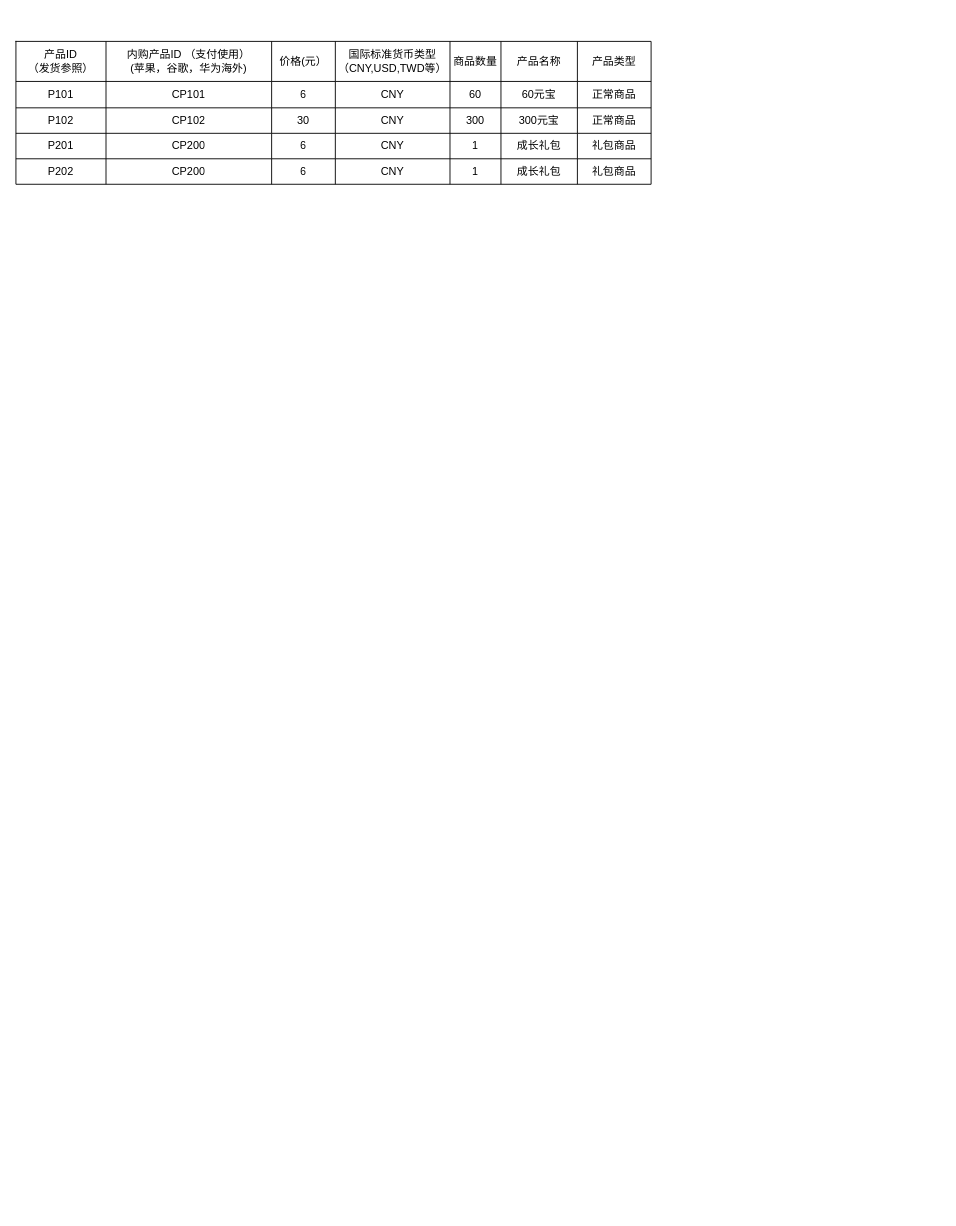
Earlier version of the draw.io diagram irder.drawio (pangqiren/diagram). Source tidied: cells renumbered, new cells numbered last; positions are measured from the earlier drawing's top-left corner, leaving out a move shared by most shapes. Both pictures are drawn from the tidied source at 91%, with x=0, y=0 at pixel (15, 41).
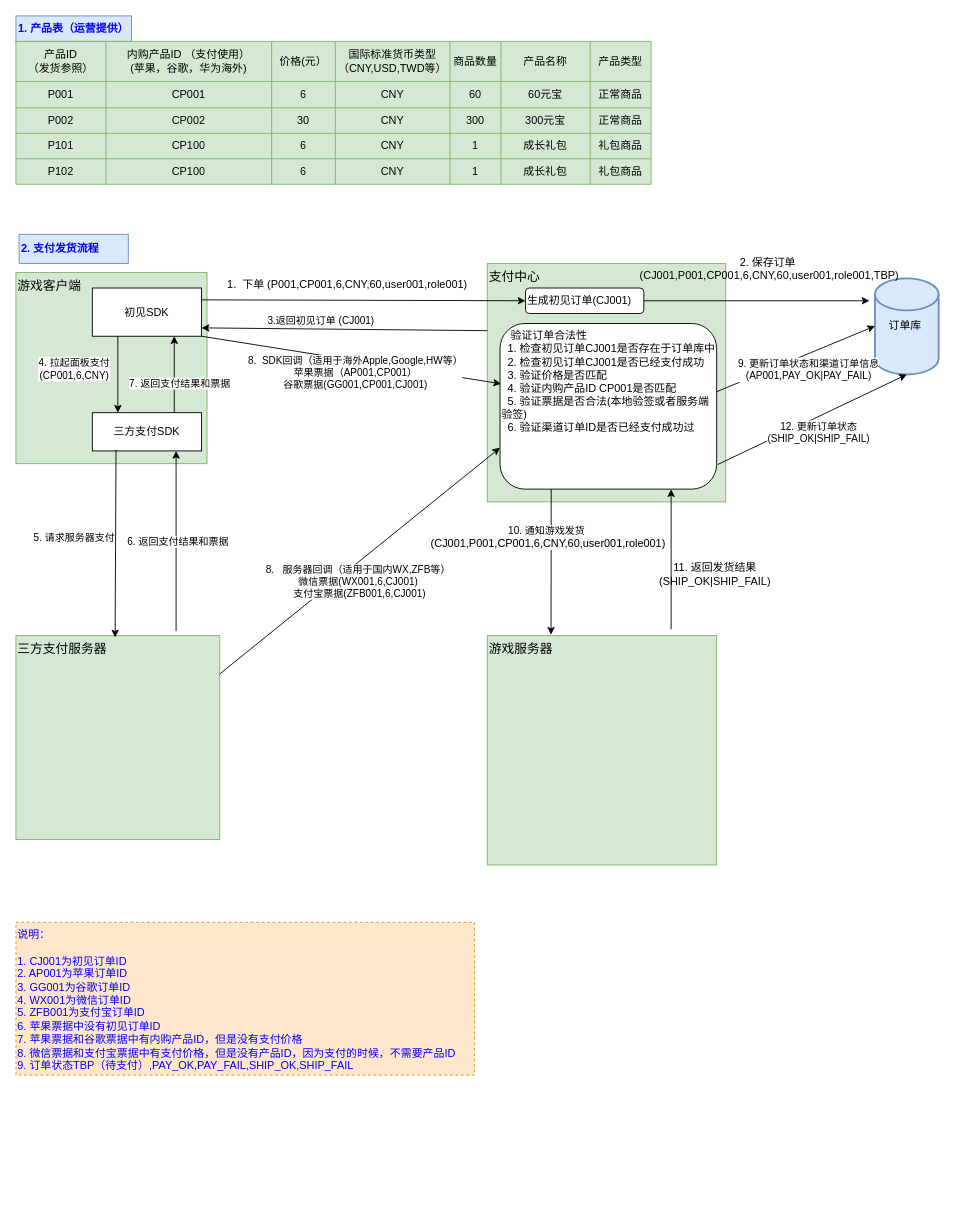
Above is the later version.

The change refers to these unchanged cells:
```xml
<mxCell id="3" style="shape=partialRectangle;html=1;whiteSpace=wrap;fillColor=none;top=0;left=0;bottom=0;right=0;" parent="2" vertex="1">
  <mxGeometry width="698" height="44" as="geometry" />
</mxCell>
<mxCell id="11" style="shape=partialRectangle;html=1;whiteSpace=wrap;fillColor=none;top=0;left=0;bottom=0;right=0;" parent="2" vertex="1">
  <mxGeometry y="44" width="698" height="29" as="geometry" />
</mxCell>
<mxCell id="19" style="shape=partialRectangle;html=1;whiteSpace=wrap;fillColor=none;top=0;left=0;bottom=0;right=0;" parent="2" vertex="1">
  <mxGeometry y="73" width="698" height="28" as="geometry" />
</mxCell>
<mxCell id="27" style="shape=partialRectangle;html=1;whiteSpace=wrap;fillColor=none;top=0;left=0;bottom=0;right=0;" parent="2" vertex="1">
  <mxGeometry y="101" width="698" height="28" as="geometry" />
</mxCell>
<mxCell id="35" style="shape=partialRectangle;html=1;whiteSpace=wrap;fillColor=none;top=0;left=0;bottom=0;right=0;" parent="2" vertex="1">
  <mxGeometry y="129" width="698" height="28" as="geometry" />
</mxCell>
```

Diff of the diagram source:
```diff
@@
+    <mxCell id="43" value="&lt;b&gt;&lt;font color=&quot;#0000ff&quot;&gt;1. 产品表（运营提供）&lt;/font&gt;&lt;/b&gt;" style="rounded=0;whiteSpace=wrap;html=1;fillColor=#dae8fc;strokeColor=#6c8ebf;" parent="1" vertex="1">
+      <mxGeometry y="-28" width="127" height="28" as="geometry" />
+    </mxCell>
+    <mxCell id="44" value="&lt;font style=&quot;font-size: 14px&quot;&gt;游戏客户端&lt;/font&gt;" style="whiteSpace=wrap;html=1;align=left;labelPosition=center;verticalLabelPosition=middle;verticalAlign=top;fillColor=#d5e8d4;strokeColor=#82b366;" parent="1" vertex="1">
+      <mxGeometry y="254" width="210" height="210" as="geometry" />
+    </mxCell>
+    <mxCell id="45" value="初见SDK" style="rounded=0;whiteSpace=wrap;html=1;align=center;" parent="1" vertex="1">
+      <mxGeometry x="84" y="271" width="120" height="53" as="geometry" />
+    </mxCell>
+    <mxCell id="46" value="三方支付SDK" style="rounded=0;whiteSpace=wrap;html=1;align=center;" parent="1" vertex="1">
+      <mxGeometry x="84" y="408" width="120" height="42" as="geometry" />
+    </mxCell>
+    <mxCell id="47" value="&lt;font style=&quot;font-size: 14px&quot;&gt;支付中心&lt;/font&gt;" style="whiteSpace=wrap;html=1;align=left;verticalAlign=top;fillColor=#d5e8d4;strokeColor=#82b366;" parent="1" vertex="1">
+      <mxGeometry x="518" y="244" width="262" height="262" as="geometry" />
+    </mxCell>
-    <mxCell id="2" style="shape=table;html=1;whiteSpace=wrap;startSize=0;childLayout=tableLayout;" parent="1" vertex="1">
+    <mxCell id="2" style="shape=table;html=1;whiteSpace=wrap;startSize=0;childLayout=tableLayout;fillColor=#d5e8d4;strokeColor=#82b366;" parent="1" vertex="1">
       <mxGeometry width="698" height="157" as="geometry" />
     </mxCell>
@@
     <mxCell id="9" value="产品名称" style="shape=partialRectangle;html=1;whiteSpace=wrap;overflow=hidden;fillColor=none;top=0;left=0;bottom=0;right=0;" parent="3" vertex="1">
-      <mxGeometry x="533" width="84" height="44" as="geometry" />
+      <mxGeometry x="533" width="98" height="44" as="geometry" />
     </mxCell>
     <mxCell id="10" value="产品类型" style="shape=partialRectangle;html=1;whiteSpace=wrap;overflow=hidden;fillColor=none;top=0;left=0;bottom=0;right=0;" parent="3" vertex="1">
-      <mxGeometry x="617" width="81" height="44" as="geometry" />
+      <mxGeometry x="631" width="67" height="44" as="geometry" />
     </mxCell>
@@
-    <mxCell id="12" value="P101" style="shape=partialRectangle;html=1;whiteSpace=wrap;overflow=hidden;fillColor=none;top=0;left=0;bottom=0;right=0;" parent="11" vertex="1">
+    <mxCell id="12" value="P001" style="shape=partialRectangle;html=1;whiteSpace=wrap;overflow=hidden;fillColor=none;top=0;left=0;bottom=0;right=0;" parent="11" vertex="1">
       <mxGeometry width="99" height="29" as="geometry" />
     </mxCell>
-    <mxCell id="13" value="CP101" style="shape=partialRectangle;html=1;whiteSpace=wrap;overflow=hidden;fillColor=none;top=0;left=0;bottom=0;right=0;" parent="11" vertex="1">
+    <mxCell id="13" value="CP001" style="shape=partialRectangle;html=1;whiteSpace=wrap;overflow=hidden;fillColor=none;top=0;left=0;bottom=0;right=0;" parent="11" vertex="1">
       <mxGeometry x="99" width="182" height="29" as="geometry" />
     </mxCell>
@@
     <mxCell id="17" value="60元宝" style="shape=partialRectangle;html=1;whiteSpace=wrap;overflow=hidden;fillColor=none;top=0;left=0;bottom=0;right=0;" parent="11" vertex="1">
-      <mxGeometry x="533" width="84" height="29" as="geometry" />
+      <mxGeometry x="533" width="98" height="29" as="geometry" />
     </mxCell>
     <mxCell id="18" value="正常商品" style="shape=partialRectangle;html=1;whiteSpace=wrap;overflow=hidden;fillColor=none;top=0;left=0;bottom=0;right=0;" parent="11" vertex="1">
-      <mxGeometry x="617" width="81" height="29" as="geometry" />
+      <mxGeometry x="631" width="67" height="29" as="geometry" />
     </mxCell>
@@
-    <mxCell id="20" value="P102" style="shape=partialRectangle;html=1;whiteSpace=wrap;overflow=hidden;fillColor=none;top=0;left=0;bottom=0;right=0;" parent="19" vertex="1">
+    <mxCell id="20" value="P002" style="shape=partialRectangle;html=1;whiteSpace=wrap;overflow=hidden;fillColor=none;top=0;left=0;bottom=0;right=0;" parent="19" vertex="1">
       <mxGeometry width="99" height="28" as="geometry" />
     </mxCell>
-    <mxCell id="21" value="CP102" style="shape=partialRectangle;html=1;whiteSpace=wrap;overflow=hidden;fillColor=none;top=0;left=0;bottom=0;right=0;" parent="19" vertex="1">
+    <mxCell id="21" value="CP002" style="shape=partialRectangle;html=1;whiteSpace=wrap;overflow=hidden;fillColor=none;top=0;left=0;bottom=0;right=0;" parent="19" vertex="1">
       <mxGeometry x="99" width="182" height="28" as="geometry" />
     </mxCell>
@@
     <mxCell id="25" value="300元宝" style="shape=partialRectangle;html=1;whiteSpace=wrap;overflow=hidden;fillColor=none;top=0;left=0;bottom=0;right=0;" parent="19" vertex="1">
-      <mxGeometry x="533" width="84" height="28" as="geometry" />
+      <mxGeometry x="533" width="98" height="28" as="geometry" />
     </mxCell>
     <mxCell id="26" value="正常商品" style="shape=partialRectangle;html=1;whiteSpace=wrap;overflow=hidden;fillColor=none;top=0;left=0;bottom=0;right=0;" parent="19" vertex="1">
-      <mxGeometry x="617" width="81" height="28" as="geometry" />
+      <mxGeometry x="631" width="67" height="28" as="geometry" />
     </mxCell>
@@
-    <mxCell id="28" value="P201" style="shape=partialRectangle;html=1;whiteSpace=wrap;overflow=hidden;fillColor=none;top=0;left=0;bottom=0;right=0;" parent="27" vertex="1">
+    <mxCell id="28" value="P101" style="shape=partialRectangle;html=1;whiteSpace=wrap;overflow=hidden;fillColor=none;top=0;left=0;bottom=0;right=0;" parent="27" vertex="1">
       <mxGeometry width="99" height="28" as="geometry" />
     </mxCell>
-    <mxCell id="29" value="CP200" style="shape=partialRectangle;html=1;whiteSpace=wrap;overflow=hidden;fillColor=none;top=0;left=0;bottom=0;right=0;" parent="27" vertex="1">
+    <mxCell id="29" value="CP100" style="shape=partialRectangle;html=1;whiteSpace=wrap;overflow=hidden;fillColor=none;top=0;left=0;bottom=0;right=0;" parent="27" vertex="1">
       <mxGeometry x="99" width="182" height="28" as="geometry" />
     </mxCell>
@@
     <mxCell id="33" value="成长礼包" style="shape=partialRectangle;html=1;whiteSpace=wrap;overflow=hidden;fillColor=none;top=0;left=0;bottom=0;right=0;" parent="27" vertex="1">
-      <mxGeometry x="533" width="84" height="28" as="geometry" />
+      <mxGeometry x="533" width="98" height="28" as="geometry" />
     </mxCell>
     <mxCell id="34" value="礼包商品" style="shape=partialRectangle;html=1;whiteSpace=wrap;overflow=hidden;fillColor=none;top=0;left=0;bottom=0;right=0;" parent="27" vertex="1">
-      <mxGeometry x="617" width="81" height="28" as="geometry" />
+      <mxGeometry x="631" width="67" height="28" as="geometry" />
     </mxCell>
@@
-    <mxCell id="36" value="P202" style="shape=partialRectangle;html=1;whiteSpace=wrap;overflow=hidden;fillColor=none;top=0;left=0;bottom=0;right=0;" parent="35" vertex="1">
+    <mxCell id="36" value="P102" style="shape=partialRectangle;html=1;whiteSpace=wrap;overflow=hidden;fillColor=none;top=0;left=0;bottom=0;right=0;" parent="35" vertex="1">
       <mxGeometry width="99" height="28" as="geometry" />
     </mxCell>
-    <mxCell id="37" value="CP200" style="shape=partialRectangle;html=1;whiteSpace=wrap;overflow=hidden;fillColor=none;top=0;left=0;bottom=0;right=0;" parent="35" vertex="1">
+    <mxCell id="37" value="CP100" style="shape=partialRectangle;html=1;whiteSpace=wrap;overflow=hidden;fillColor=none;top=0;left=0;bottom=0;right=0;" parent="35" vertex="1">
       <mxGeometry x="99" width="182" height="28" as="geometry" />
     </mxCell>
@@
     <mxCell id="41" value="成长礼包" style="shape=partialRectangle;html=1;whiteSpace=wrap;overflow=hidden;fillColor=none;top=0;left=0;bottom=0;right=0;" parent="35" vertex="1">
-      <mxGeometry x="533" width="84" height="28" as="geometry" />
+      <mxGeometry x="533" width="98" height="28" as="geometry" />
     </mxCell>
     <mxCell id="42" value="礼包商品" style="shape=partialRectangle;html=1;whiteSpace=wrap;overflow=hidden;fillColor=none;top=0;left=0;bottom=0;right=0;" parent="35" vertex="1">
-      <mxGeometry x="617" width="81" height="28" as="geometry" />
+      <mxGeometry x="631" width="67" height="28" as="geometry" />
     </mxCell>
+    <mxCell id="48" value="&lt;font style=&quot;font-size: 14px&quot;&gt;三方支付服务器&lt;/font&gt;" style="whiteSpace=wrap;html=1;align=left;verticalAlign=top;fillColor=#d5e8d4;strokeColor=#82b366;" parent="1" vertex="1">
+      <mxGeometry y="653" width="224" height="224" as="geometry" />
+    </mxCell>
+    <mxCell id="49" value="&lt;font style=&quot;font-size: 14px&quot;&gt;游戏服务器&lt;/font&gt;" style="whiteSpace=wrap;html=1;align=left;verticalAlign=top;fillColor=#d5e8d4;strokeColor=#82b366;" parent="1" vertex="1">
+      <mxGeometry x="518" y="653" width="252" height="252" as="geometry" />
+    </mxCell>
+    <mxCell id="50" value="&amp;nbsp; &amp;nbsp; 订单库" style="strokeWidth=2;html=1;shape=mxgraph.flowchart.database;whiteSpace=wrap;align=left;verticalAlign=middle;fillColor=#dae8fc;strokeColor=#6c8ebf;" parent="1" vertex="1">
+      <mxGeometry x="944" y="260.5" width="70" height="105.5" as="geometry" />
+    </mxCell>
+    <mxCell id="51" style="endArrow=classic;html=1;entryX=0;entryY=0.5;entryDx=0;entryDy=0;" parent="1" edge="1" target="67">
+      <mxGeometry relative="1" as="geometry">
+        <mxPoint x="204" y="284" as="sourcePoint" />
+      </mxGeometry>
+    </mxCell>
+    <mxCell id="52" value="1.&amp;nbsp; 下单 (P001,CP001,6,CNY,60,user001,role001)" style="text;html=1;align=center;verticalAlign=middle;" parent="1" vertex="1">
+      <mxGeometry x="224" y="254" width="280" height="28" as="geometry" />
+    </mxCell>
+    <mxCell id="53" style="endArrow=classic;html=1;exitX=1;exitY=0.5;exitDx=0;exitDy=0;" parent="1" edge="1" source="67">
+      <mxGeometry relative="1" as="geometry">
+        <mxPoint x="938" y="285" as="targetPoint" />
+      </mxGeometry>
+    </mxCell>
+    <mxCell id="54" value="&lt;div&gt;&lt;span&gt;2. 保存订单&lt;/span&gt;&lt;/div&gt;&amp;nbsp;(CJ001,P001,CP001,6,CNY,60,user001,role001,TBP)" style="text;html=1;align=center;verticalAlign=middle;" parent="1" vertex="1">
+      <mxGeometry x="672" y="229" width="308" height="42" as="geometry" />
+    </mxCell>
+    <mxCell id="55" style="endArrow=classic;html=1;entryX=1;entryY=0.75;entryDx=0;entryDy=0;exitX=0;exitY=0.282;exitDx=0;exitDy=0;exitPerimeter=0;" parent="1" edge="1" source="47">
+      <mxGeometry relative="1" as="geometry">
+        <mxPoint x="204" y="314.8" as="targetPoint" />
+      </mxGeometry>
+    </mxCell>
+    <mxCell id="56" value="3.返回初见订单 (CJ001)" style="edgeLabel;html=1;align=center;verticalAlign=middle;" parent="55" vertex="1">
+      <mxGeometry x="0.17" y="-1" relative="1" as="geometry">
+        <mxPoint y="-8.9" as="offset" />
+      </mxGeometry>
+    </mxCell>
+    <mxCell id="57" style="endArrow=classic;html=1;exitX=0.5;exitY=1;exitDx=0;exitDy=0;" parent="1" edge="1">
+      <mxGeometry relative="1" as="geometry">
+        <mxPoint x="112" y="324" as="sourcePoint" />
+        <mxPoint x="112" y="408" as="targetPoint" />
+      </mxGeometry>
+    </mxCell>
+    <mxCell id="58" value="4. 拉起面板支付&lt;br&gt;(CP001,6,CNY)" style="edgeLabel;html=1;align=center;verticalAlign=middle;" parent="57" vertex="1">
+      <mxGeometry x="-0.24" y="3" relative="1" as="geometry">
+        <mxPoint x="-51.5" y="3" as="offset" />
+      </mxGeometry>
+    </mxCell>
+    <mxCell id="59" style="endArrow=classic;html=1;exitX=0.75;exitY=0;exitDx=0;exitDy=0;entryX=0.75;entryY=1;entryDx=0;entryDy=0;" parent="1" edge="1" source="46" target="45">
+      <mxGeometry relative="1" as="geometry" />
+    </mxCell>
+    <mxCell id="60" value="7. 返回支付结果和票据" style="edgeLabel;html=1;align=center;verticalAlign=middle;" parent="59" vertex="1">
+      <mxGeometry x="0.26" relative="1" as="geometry">
+        <mxPoint x="5" y="20" as="offset" />
+      </mxGeometry>
+    </mxCell>
+    <mxCell id="61" style="endArrow=classic;html=1;exitX=0.167;exitY=0.976;exitDx=0;exitDy=0;exitPerimeter=0;" parent="1" edge="1">
+      <mxGeometry relative="1" as="geometry">
+        <mxPoint x="110" y="449" as="sourcePoint" />
+        <mxPoint x="109" y="655" as="targetPoint" />
+      </mxGeometry>
+    </mxCell>
+    <mxCell id="62" value="5. 请求服务器支付" style="edgeLabel;html=1;align=center;verticalAlign=middle;" parent="61" vertex="1">
+      <mxGeometry x="-0.18" y="-3" relative="1" as="geometry">
+        <mxPoint x="-43.1" y="12" as="offset" />
+      </mxGeometry>
+    </mxCell>
+    <mxCell id="63" style="endArrow=classic;html=1;entryX=0.75;entryY=1;entryDx=0;entryDy=0;" parent="1" edge="1">
+      <mxGeometry relative="1" as="geometry">
+        <mxPoint x="176" y="648" as="sourcePoint" />
+        <mxPoint x="176" y="450" as="targetPoint" />
+      </mxGeometry>
+    </mxCell>
+    <mxCell id="64" value="6. 返回支付结果和票据" style="edgeLabel;html=1;align=center;verticalAlign=middle;" parent="1" vertex="1">
+      <mxGeometry x="182" y="478" as="geometry">
+        <mxPoint x="-5" y="71" as="offset" />
+      </mxGeometry>
+    </mxCell>
+    <mxCell id="65" style="endArrow=classic;html=1;exitX=1;exitY=1;exitDx=0;exitDy=0;entryX=0.005;entryY=0.364;entryDx=0;entryDy=0;entryPerimeter=0;" parent="1" edge="1" source="45" target="70">
+      <mxGeometry relative="1" as="geometry" />
+    </mxCell>
+    <mxCell id="66" value="8.&amp;nbsp; SDK回调（适用于海外Apple,Google,HW等）&lt;br&gt;苹果票据（AP001,CP001）&lt;br&gt;谷歌票据(GG001,CP001,CJ001)" style="edgeLabel;html=1;align=center;verticalAlign=middle;" parent="65" vertex="1">
+      <mxGeometry x="-0.12" y="3" relative="1" as="geometry">
+        <mxPoint x="23.2" y="19.5" as="offset" />
+      </mxGeometry>
+    </mxCell>
+    <mxCell id="67" value="生成初见订单(CJ001)" style="rounded=1;whiteSpace=wrap;html=1;align=left;" parent="1" vertex="1">
+      <mxGeometry x="560" y="271" width="130" height="28" as="geometry" />
+    </mxCell>
+    <mxCell id="68" style="endArrow=classic;html=1;exitX=1;exitY=0.188;exitDx=0;exitDy=0;exitPerimeter=0;entryX=0;entryY=0.75;entryDx=0;entryDy=0;" parent="1" edge="1" source="48" target="70">
+      <mxGeometry relative="1" as="geometry" />
+    </mxCell>
+    <mxCell id="69" value="8.&amp;nbsp; &amp;nbsp;服务器回调（适用于国内WX,ZFB等）&lt;br&gt;微信票据(WX001,6,CJ001)&lt;br&gt;&amp;nbsp;支付宝票据(ZFB001,6,CJ001)" style="edgeLabel;html=1;align=center;verticalAlign=middle;" parent="1" vertex="1">
+      <mxGeometry x="364" y="492" as="geometry">
+        <mxPoint x="11" y="101" as="offset" />
+      </mxGeometry>
+    </mxCell>
+    <mxCell id="70" value="&amp;nbsp; &amp;nbsp;验证订单合法性&lt;br&gt;&amp;nbsp; 1. 检查初见订单CJ001是否存在于订单库中&lt;br&gt;&amp;nbsp; 2. 检查初见订单CJ001是否已经支付成功&lt;br&gt;&amp;nbsp; 3. 验证价格是否匹配&lt;br&gt;&amp;nbsp; 4. 验证内购产品ID CP001是否匹配&lt;br&gt;&amp;nbsp; 5. 验证票据是否合法(本地验签或者服务端验签)&lt;br&gt;&amp;nbsp; 6. 验证渠道订单ID是否已经支付成功过" style="rounded=1;whiteSpace=wrap;html=1;align=left;verticalAlign=top;" parent="1" vertex="1">
+      <mxGeometry x="532" y="310" width="238" height="182" as="geometry" />
+    </mxCell>
+    <mxCell id="71" style="endArrow=classic;html=1;" parent="1" edge="1">
+      <mxGeometry relative="1" as="geometry">
+        <mxPoint x="770" y="385" as="sourcePoint" />
+        <mxPoint x="944" y="312.8" as="targetPoint" />
+      </mxGeometry>
+    </mxCell>
+    <mxCell id="72" value="9. 更新订单状态和渠道订单信息&lt;br&gt;(AP001,PAY_OK|PAY_FAIL)" style="edgeLabel;html=1;align=center;verticalAlign=middle;" parent="71" vertex="1">
+      <mxGeometry x="0.16" y="1" relative="1" as="geometry">
+        <mxPoint y="17.7" as="offset" />
+      </mxGeometry>
+    </mxCell>
+    <mxCell id="73" style="endArrow=classic;html=1;entryX=0.278;entryY=-0.004;entryDx=0;entryDy=0;entryPerimeter=0;exitX=0.268;exitY=0.947;exitDx=0;exitDy=0;exitPerimeter=0;" parent="1" edge="1" source="47" target="49">
+      <mxGeometry relative="1" as="geometry" />
+    </mxCell>
+    <mxCell id="74" value="10. 通知游戏发货&lt;br&gt;&lt;span style=&quot;font-size: 12px ; background-color: rgb(248 , 249 , 250)&quot;&gt;&amp;nbsp;(CJ001,P001,CP001,6,CNY,60,user001,role001)&lt;/span&gt;" style="edgeLabel;html=1;align=center;verticalAlign=middle;" parent="73" vertex="1">
+      <mxGeometry x="0.12" y="1" relative="1" as="geometry">
+        <mxPoint x="-7.1" y="-38.1" as="offset" />
+      </mxGeometry>
+    </mxCell>
+    <mxCell id="75" style="endArrow=classic;html=1;entryX=0.771;entryY=0.947;entryDx=0;entryDy=0;entryPerimeter=0;" parent="1" edge="1" target="47">
+      <mxGeometry relative="1" as="geometry">
+        <mxPoint x="720" y="646" as="sourcePoint" />
+      </mxGeometry>
+    </mxCell>
+    <mxCell id="76" value="11. 返回发货结果&lt;br&gt;(SHIP_OK|SHIP_FAIL)" style="text;html=1;align=center;verticalAlign=middle;" parent="1" vertex="1">
+      <mxGeometry x="698" y="565" width="140" height="42" as="geometry" />
+    </mxCell>
+    <mxCell id="77" style="endArrow=classic;html=1;exitX=1.004;exitY=0.852;exitDx=0;exitDy=0;exitPerimeter=0;entryX=0.5;entryY=1;entryDx=0;entryDy=0;entryPerimeter=0;" parent="1" edge="1" source="70" target="50">
+      <mxGeometry relative="1" as="geometry" />
+    </mxCell>
+    <mxCell id="78" value="12. 更新订单状态&lt;br&gt;(SHIP_OK|SHIP_FAIL)" style="edgeLabel;html=1;align=center;verticalAlign=middle;" parent="77" vertex="1">
+      <mxGeometry x="-0.13" y="-2" relative="1" as="geometry">
+        <mxPoint x="19" y="5.5" as="offset" />
+      </mxGeometry>
+    </mxCell>
+    <mxCell id="79" value="&lt;b style=&quot;text-align: center&quot;&gt;&lt;font color=&quot;#0000ff&quot;&gt;2. 支付发货流程&lt;/font&gt;&lt;/b&gt;" style="rounded=0;whiteSpace=wrap;html=1;align=left;fillColor=#dae8fc;strokeColor=#6c8ebf;" parent="1" vertex="1">
+      <mxGeometry x="3.5" y="212" width="120" height="32" as="geometry" />
+    </mxCell>
+    <mxCell id="80" style="edgeStyle=orthogonalEdgeStyle;rounded=0;orthogonalLoop=1;jettySize=auto;html=1;exitX=0.5;exitY=1;exitDx=0;exitDy=0;" parent="1" edge="1">
+      <mxGeometry relative="1" as="geometry">
+        <mxPoint x="175" y="1276" as="sourcePoint" />
+        <mxPoint x="175" y="1276" as="targetPoint" />
+      </mxGeometry>
+    </mxCell>
+    <mxCell id="81" value="&lt;span style=&quot;color: rgb(0 , 0 , 255)&quot;&gt;说明：&lt;/span&gt;&lt;br style=&quot;color: rgb(0 , 0 , 255)&quot;&gt;&lt;br style=&quot;color: rgb(0 , 0 , 255)&quot;&gt;&lt;span style=&quot;color: rgb(0 , 0 , 255)&quot;&gt;1. CJ001为初见订单ID&lt;/span&gt;&lt;br style=&quot;color: rgb(0 , 0 , 255)&quot;&gt;&lt;span style=&quot;color: rgb(0 , 0 , 255)&quot;&gt;2. AP001为苹果订单ID&lt;/span&gt;&lt;br style=&quot;color: rgb(0 , 0 , 255)&quot;&gt;&lt;span style=&quot;color: rgb(0 , 0 , 255)&quot;&gt;3. GG001为谷歌订单ID&lt;/span&gt;&lt;br style=&quot;color: rgb(0 , 0 , 255)&quot;&gt;&lt;span style=&quot;color: rgb(0 , 0 , 255)&quot;&gt;4. WX001为微信订单ID&lt;/span&gt;&lt;br style=&quot;color: rgb(0 , 0 , 255)&quot;&gt;&lt;span style=&quot;color: rgb(0 , 0 , 255)&quot;&gt;5. ZFB001为支付宝订单ID&lt;/span&gt;&lt;br style=&quot;color: rgb(0 , 0 , 255)&quot;&gt;&lt;span style=&quot;color: rgb(0 , 0 , 255)&quot;&gt;6. 苹果票据中没有初见订单ID&lt;/span&gt;&lt;br style=&quot;color: rgb(0 , 0 , 255)&quot;&gt;&lt;span style=&quot;color: rgb(0 , 0 , 255)&quot;&gt;7. 苹果票据和谷歌票据中有内购产品ID，但是没有支付价格&lt;/span&gt;&lt;br style=&quot;color: rgb(0 , 0 , 255)&quot;&gt;&lt;span style=&quot;color: rgb(0 , 0 , 255)&quot;&gt;8. 微信票据和支付宝票据中有支付价格，但是没有产品ID，因为支付的时候，不需要产品ID&lt;/span&gt;&lt;br style=&quot;color: rgb(0 , 0 , 255)&quot;&gt;&lt;span style=&quot;color: rgb(0 , 0 , 255)&quot;&gt;9. 订单状态TBP（待支付）,PAY_OK,PAY_FAIL,SHIP_OK,SHIP_FAIL&lt;/span&gt;" style="rounded=0;whiteSpace=wrap;html=1;shadow=0;glass=0;comic=0;align=left;dashed=1;fillColor=#ffe6cc;strokeColor=#d79b00;verticalAlign=top;" parent="1" vertex="1">
+      <mxGeometry y="968" width="504" height="168" as="geometry" />
+    </mxCell>
```
